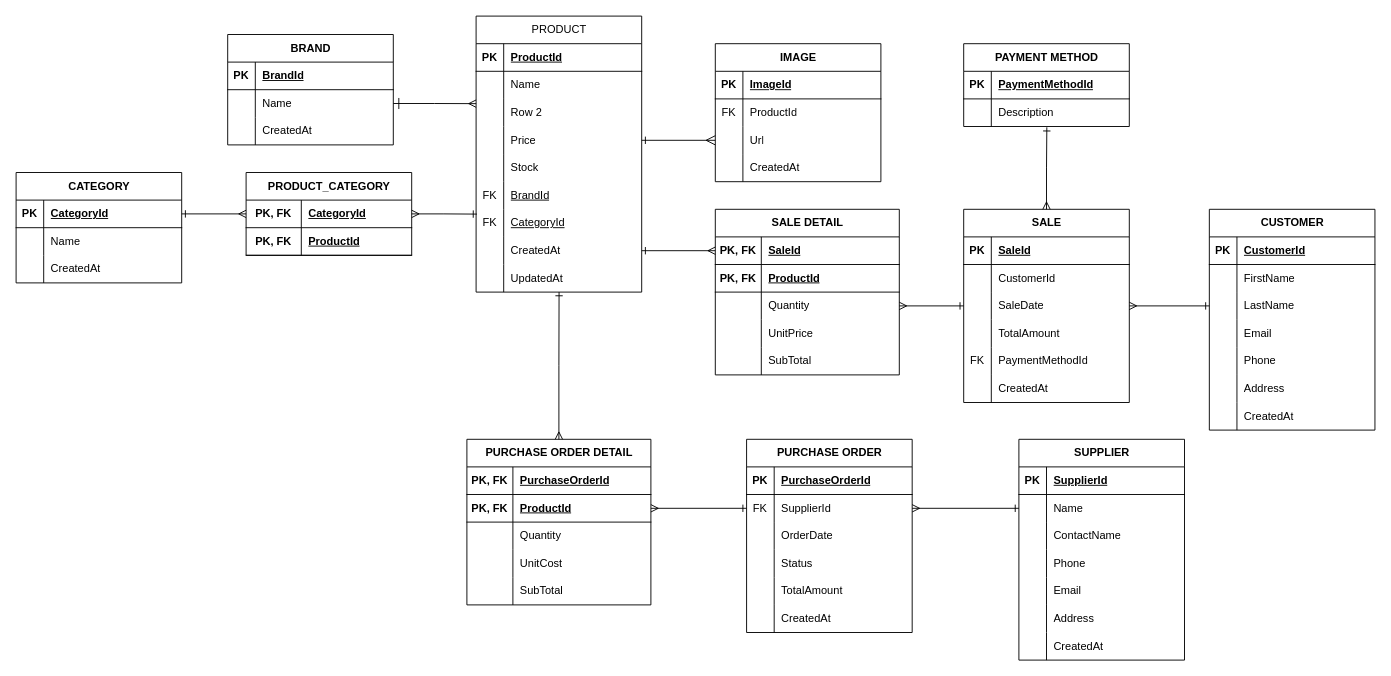
This is docs/InventoryManagementDB.drawio from ssofi20/InventoryManagementSystem, a draw.io file, before an edit. Source tidied: cells renumbered, new cells numbered last; positions are measured from the earlier drawing's top-left corner, leaving out a move shared by most shapes. Both pictures are drawn from the tidied source at 92%, with x=0, y=0 at pixel (16, 16).
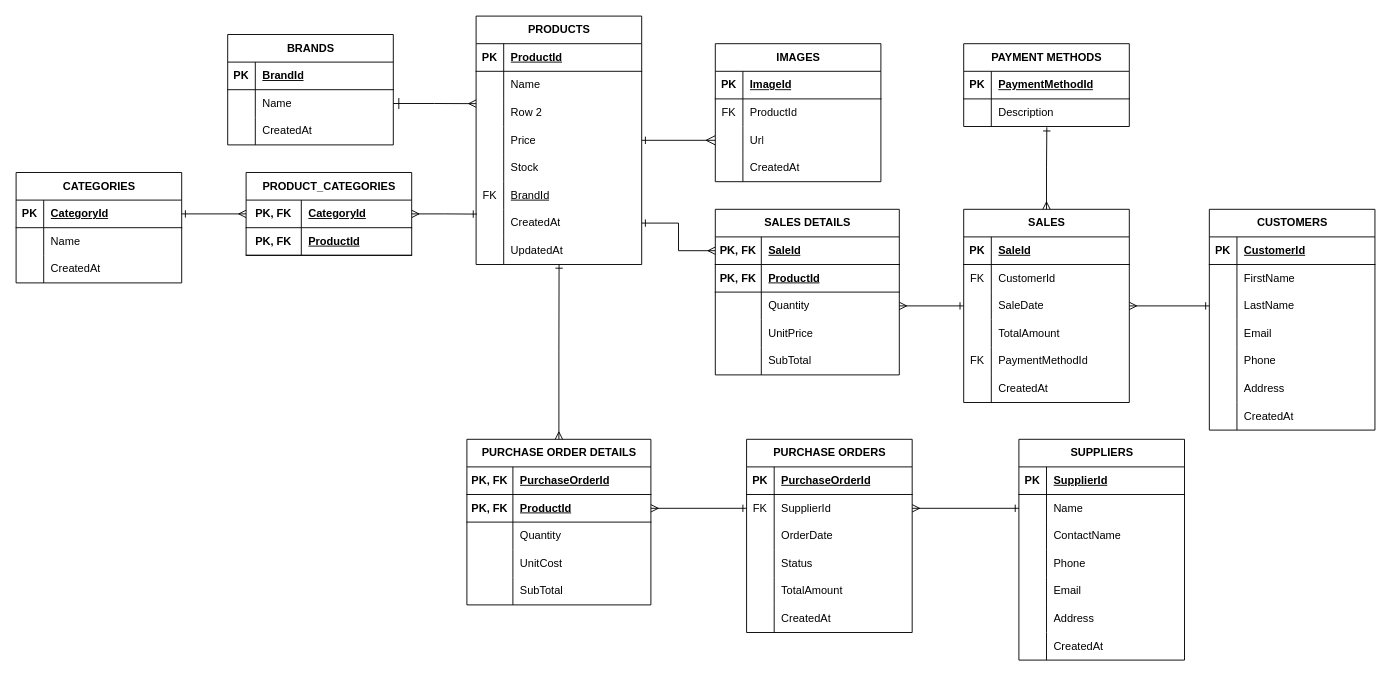
Above is the later version.

The change refers to these unchanged cells:
```xml
<mxCell id="89" style="shape=tableRow;horizontal=0;startSize=0;swimlaneHead=0;swimlaneBody=0;fillColor=none;top=0;left=0;right=0;bottom=0;" parent="85" vertex="1">
  <mxGeometry y="60" width="180" height="30" as="geometry" />
</mxCell>
<mxCell id="194" style="shape=tableRow;horizontal=0;startSize=0;swimlaneHead=0;swimlaneBody=0;fillColor=none;points=[[0,0.5],[1,0.5]];portConstraint=eastwest;top=0;left=0;right=0;bottom=1;" parent="193" vertex="1">
  <mxGeometry y="30" width="180" height="30" as="geometry" />
</mxCell>
```

Change to the diagram source:
```diff
@@
-    <mxCell id="2" value="&lt;span style=&quot;font-weight: 400; text-wrap-mode: wrap;&quot;&gt;PRODUCT&lt;/span&gt;" style="shape=table;startSize=30;childLayout=tableLayout;rowLines=0;fontStyle=1;align=center;html=1;" parent="1" vertex="1">
-      <mxGeometry x="500" width="180" height="300" as="geometry" />
+    <mxCell id="2" value="&lt;span style=&quot;text-wrap-mode: wrap;&quot;&gt;PRODUCTS&lt;/span&gt;" style="shape=table;startSize=30;childLayout=tableLayout;rowLines=0;fontStyle=1;align=center;html=1;" parent="1" vertex="1">
+      <mxGeometry x="500" width="180" height="270" as="geometry" />
     </mxCell>
@@
-    <mxCell id="21" style="shape=tableRow;horizontal=0;startSize=0;swimlaneHead=0;swimlaneBody=0;fillColor=none;points=[[0,0.5],[1,0.5]];portConstraint=eastwest;top=0;left=0;right=0;bottom=0;" parent="2" vertex="1">
-      <mxGeometry y="210" width="180" height="30" as="geometry" />
-    </mxCell>
-    <mxCell id="22" value="FK" style="shape=partialRectangle;fillColor=none;top=0;left=0;bottom=0;right=0;overflow=hidden;whiteSpace=wrap;html=1;" parent="21" vertex="1">
-      <mxGeometry width="30" height="30" as="geometry" />
-    </mxCell>
-    <mxCell id="23" value="&lt;u&gt;CategoryId&lt;/u&gt;" style="shape=partialRectangle;fillColor=none;top=0;left=0;bottom=0;right=0;align=left;spacingLeft=6;overflow=hidden;whiteSpace=wrap;html=1;" parent="21" vertex="1">
-      <mxGeometry x="30" width="150" height="30" as="geometry" />
-    </mxCell>
     <mxCell id="24" style="shape=tableRow;horizontal=0;startSize=0;swimlaneHead=0;swimlaneBody=0;fillColor=none;points=[[0,0.5],[1,0.5]];portConstraint=eastwest;top=0;left=0;right=0;bottom=0;" parent="2" vertex="1">
-      <mxGeometry y="240" width="180" height="30" as="geometry" />
+      <mxGeometry y="210" width="180" height="30" as="geometry" />
     </mxCell>
@@
     <mxCell id="27" style="shape=tableRow;horizontal=0;startSize=0;swimlaneHead=0;swimlaneBody=0;fillColor=none;points=[[0,0.5],[1,0.5]];portConstraint=eastwest;top=0;left=0;right=0;bottom=0;" parent="2" vertex="1">
-      <mxGeometry y="270" width="180" height="30" as="geometry" />
+      <mxGeometry y="240" width="180" height="30" as="geometry" />
     </mxCell>
@@
-    <mxCell id="30" value="BRAND" style="shape=table;startSize=30;childLayout=tableLayout;rowLines=0;fontStyle=1;align=center;html=1;" parent="1" vertex="1">
+    <mxCell id="30" value="BRANDS" style="shape=table;startSize=30;childLayout=tableLayout;rowLines=0;fontStyle=1;align=center;html=1;" parent="1" vertex="1">
       <mxGeometry x="230" y="20" width="180" height="120" as="geometry" />
     </mxCell>
@@
-    <mxCell id="40" value="CATEGORY" style="shape=table;startSize=30;childLayout=tableLayout;rowLines=0;fontStyle=1;align=center;html=1;" parent="1" vertex="1">
+    <mxCell id="40" value="CATEGORIES" style="shape=table;startSize=30;childLayout=tableLayout;rowLines=0;fontStyle=1;align=center;html=1;" parent="1" vertex="1">
       <mxGeometry y="170" width="180" height="120" as="geometry" />
     </mxCell>
@@
-    <mxCell id="50" value="IMAGE" style="shape=table;startSize=30;childLayout=tableLayout;rowLines=0;fontStyle=1;align=center;html=1;" parent="1" vertex="1">
+    <mxCell id="50" value="IMAGES" style="shape=table;startSize=30;childLayout=tableLayout;rowLines=0;fontStyle=1;align=center;html=1;" parent="1" vertex="1">
       <mxGeometry x="760" y="30" width="180" height="150" as="geometry" />
     </mxCell>
@@
-    <mxCell id="63" value="CUSTOMER" style="shape=table;startSize=30;childLayout=tableLayout;rowLines=0;fontStyle=1;align=center;html=1;" parent="1" vertex="1">
+    <mxCell id="63" value="CUSTOMERS" style="shape=table;startSize=30;childLayout=tableLayout;rowLines=0;fontStyle=1;align=center;html=1;" parent="1" vertex="1">
       <mxGeometry x="1297" y="210" width="180" height="240" as="geometry" />
     </mxCell>
@@
-    <mxCell id="85" value="SALE" style="shape=table;startSize=30;childLayout=tableLayout;rowLines=0;fontStyle=1;align=center;html=1;" parent="1" vertex="1">
+    <mxCell id="85" value="SALES" style="shape=table;startSize=30;childLayout=tableLayout;rowLines=0;fontStyle=1;align=center;html=1;" parent="1" vertex="1">
       <mxGeometry x="1030" y="210" width="180" height="210" as="geometry" />
     </mxCell>
@@
-    <mxCell id="90" style="shape=partialRectangle;fillColor=none;top=0;left=0;bottom=0;right=0;overflow=hidden;whiteSpace=wrap;html=1;" parent="89" vertex="1">
+    <mxCell id="90" value="FK" style="shape=partialRectangle;fillColor=none;top=0;left=0;bottom=0;right=0;overflow=hidden;whiteSpace=wrap;html=1;" parent="89" vertex="1">
       <mxGeometry width="30" height="30" as="geometry" />
     </mxCell>
@@
-    <mxCell id="104" value="SALE DETAIL" style="shape=table;startSize=30;childLayout=tableLayout;rowLines=0;fontStyle=1;align=center;html=1;" parent="1" vertex="1">
+    <mxCell id="104" value="SALES DETAILS" style="shape=table;startSize=30;childLayout=tableLayout;rowLines=0;fontStyle=1;align=center;html=1;" parent="1" vertex="1">
       <mxGeometry x="760" y="210" width="200" height="180" as="geometry" />
     </mxCell>
@@
-    <mxCell id="120" value="PAYMENT METHOD" style="shape=table;startSize=30;childLayout=tableLayout;rowLines=0;fontStyle=1;align=center;html=1;" parent="1" vertex="1">
+    <mxCell id="120" value="PAYMENT METHODS" style="shape=table;startSize=30;childLayout=tableLayout;rowLines=0;fontStyle=1;align=center;html=1;" parent="1" vertex="1">
       <mxGeometry x="1030" y="30" width="180" height="90" as="geometry" />
     </mxCell>
@@
-    <mxCell id="127" value="SUPPLIER" style="shape=table;startSize=30;childLayout=tableLayout;rowLines=0;fontStyle=1;align=center;html=1;" parent="1" vertex="1">
+    <mxCell id="127" value="SUPPLIERS" style="shape=table;startSize=30;childLayout=tableLayout;rowLines=0;fontStyle=1;align=center;html=1;" parent="1" vertex="1">
       <mxGeometry x="1090" y="460" width="180" height="240" as="geometry" />
     </mxCell>
@@
-    <mxCell id="149" value="PURCHASE ORDER" style="shape=table;startSize=30;childLayout=tableLayout;rowLines=0;fontStyle=1;align=center;html=1;" parent="1" vertex="1">
+    <mxCell id="149" value="PURCHASE ORDERS" style="shape=table;startSize=30;childLayout=tableLayout;rowLines=0;fontStyle=1;align=center;html=1;" parent="1" vertex="1">
       <mxGeometry x="794" y="460" width="180" height="210" as="geometry" />
     </mxCell>
@@
-    <mxCell id="168" value="PURCHASE ORDER DETAIL" style="shape=table;startSize=30;childLayout=tableLayout;rowLines=0;fontStyle=1;align=center;html=1;" parent="1" vertex="1">
+    <mxCell id="168" value="PURCHASE ORDER DETAILS" style="shape=table;startSize=30;childLayout=tableLayout;rowLines=0;fontStyle=1;align=center;html=1;" parent="1" vertex="1">
       <mxGeometry x="490" y="460" width="200" height="180" as="geometry" />
     </mxCell>
@@
-    <mxCell id="193" value="PRODUCT_CATEGORY" style="shape=table;startSize=30;childLayout=tableLayout;rowLines=0;fontStyle=1;align=center;html=1;" parent="1" vertex="1">
+    <mxCell id="193" value="PRODUCT_CATEGORIES" style="shape=table;startSize=30;childLayout=tableLayout;rowLines=0;fontStyle=1;align=center;html=1;" parent="1" vertex="1">
       <mxGeometry x="250" y="170" width="180" height="90" as="geometry" />
     </mxCell>
@@
-    <mxCell id="201" style="edgeStyle=orthogonalEdgeStyle;rounded=0;jettySize=auto;html=1;exitX=1;exitY=0.5;exitDx=0;exitDy=0;entryX=0.005;entryY=0.174;entryDx=0;entryDy=0;entryPerimeter=0;startArrow=ERmany;startFill=0;endArrow=ERone;endFill=0;" parent="1" edge="1" source="194" target="21">
-      <mxGeometry relative="1" as="geometry" />
+    <mxCell id="201" style="edgeStyle=orthogonalEdgeStyle;rounded=0;jettySize=auto;html=1;exitX=1;exitY=0.5;exitDx=0;exitDy=0;entryX=0.005;entryY=0.174;entryDx=0;entryDy=0;entryPerimeter=0;startArrow=ERmany;startFill=0;endArrow=ERone;endFill=0;" parent="1" edge="1" source="194">
+      <mxGeometry relative="1" as="geometry">
+        <mxPoint x="500.9" y="215.2" as="targetPoint" />
+      </mxGeometry>
     </mxCell>
```
